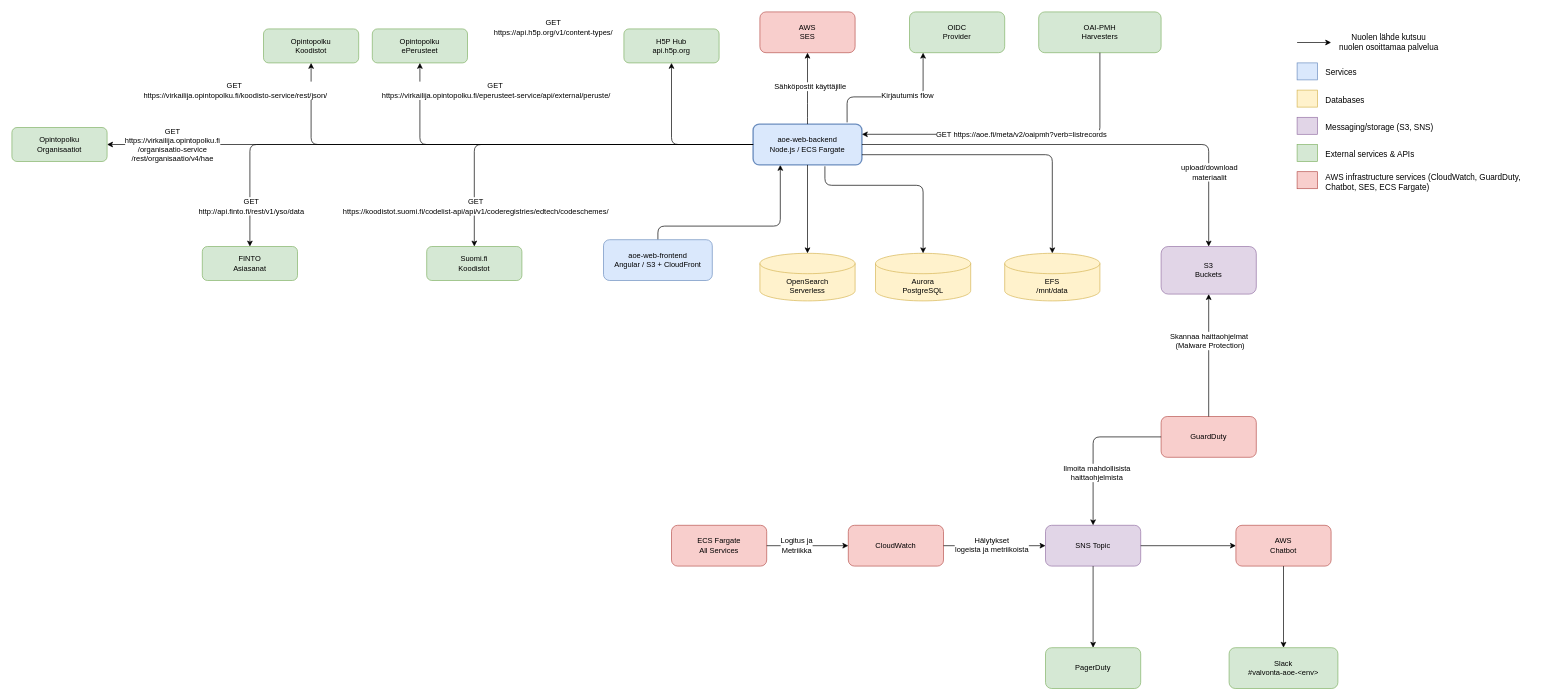
This is docs/diagrams/integraatiot.drawio from Opetushallitus/aoe, a draw.io file, before an edit. Source tidied: cells renumbered, new cells numbered last; positions are measured from the earlier drawing's top-left corner, leaving out a move shared by most shapes. Both pictures are drawn from the tidied source at 68%, with x=0, y=0 at pixel (12, 12).
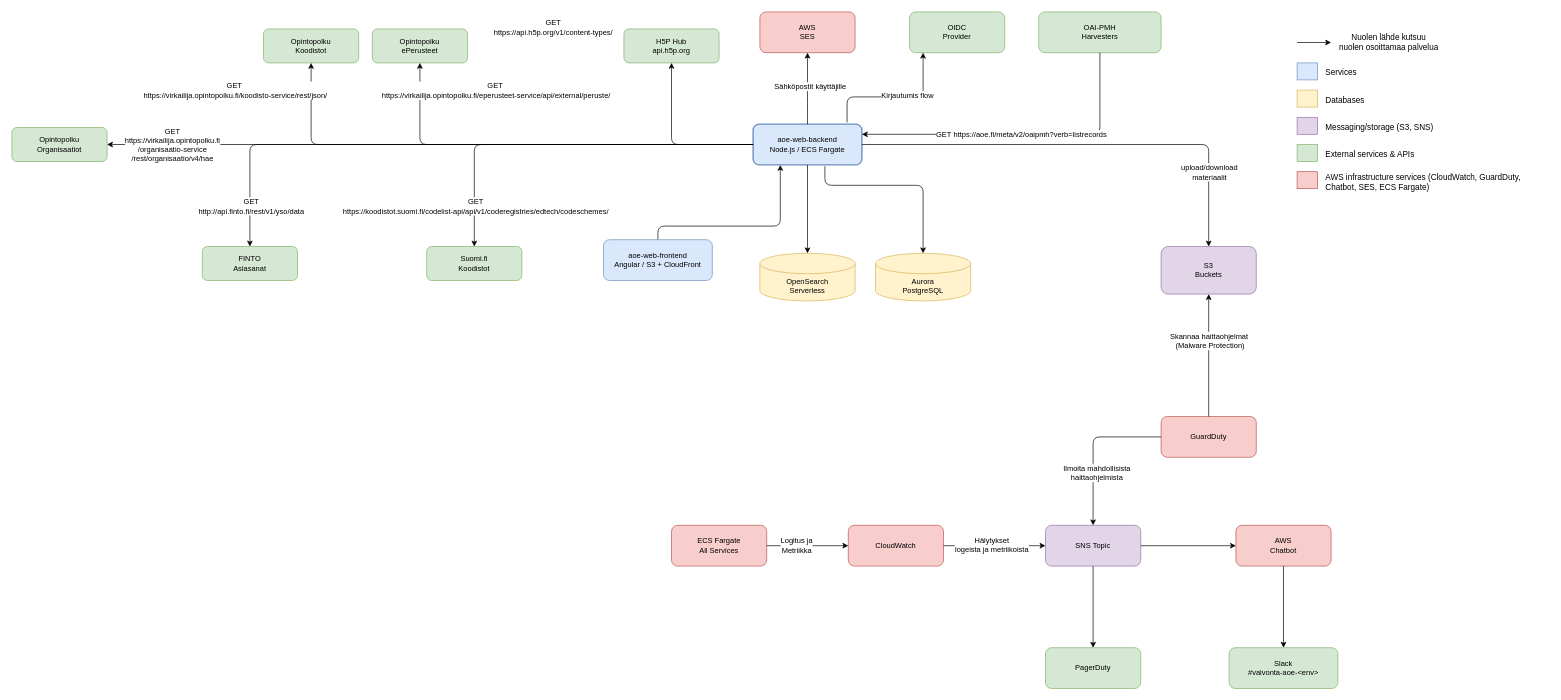
Above is the later version.

Commit message (it also covers changes not shown here):
AOE-137: Remove EFS from the diagrams

- Drop the EFS file system and its edge from the architecture diagram
- Drop the EFS volume and its edge from the integrations diagram

Unchanged cells that the change refers to:
```xml
<mxCell id="5" value="aoe-web-backend&#10;Node.js / ECS Fargate" style="rounded=1;whiteSpace=wrap;fillColor=#dae8fc;strokeColor=#6c8ebf;fontSize=11;strokeWidth=2;" parent="1" vertex="1">
  <mxGeometry x="1090" y="165" width="160" height="60" as="geometry" />
</mxCell>
```

Diff of the diagram source:
```diff
@@
-    <mxCell id="68" value="EFS&#10;/mnt/data" style="shape=cylinder3;whiteSpace=wrap;boundedLbl=1;backgroundOutline=1;size=15;fillColor=#fff2cc;strokeColor=#d6b656;fontSize=11;" parent="1" vertex="1">
-      <mxGeometry x="1460" y="355" width="140" height="70" as="geometry" />
-    </mxCell>
-    <mxCell id="69" style="edgeStyle=orthogonalEdgeStyle;rounded=1;exitX=1;exitY=0.75;exitDx=0;exitDy=0;entryX=0.5;entryY=0;entryDx=0;entryDy=0;" parent="1" edge="1" source="5" target="68">
-      <mxGeometry relative="1" as="geometry" />
-    </mxCell>
```
